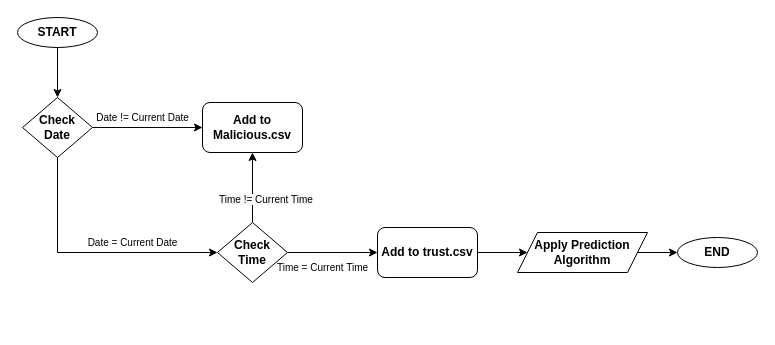
The draw.io diagram WASN_trust.drawio in sarthak100301/FlowCharts, before the edit. Source tidied: cells renumbered, new cells numbered last; positions are measured from the earlier drawing's top-left corner, leaving out a move shared by most shapes. Both pictures are drawn from the tidied source at 100%, with x=0, y=0 at pixel (17, 17).
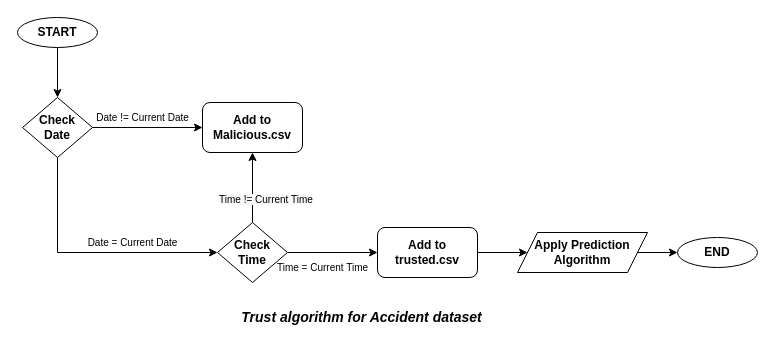
Above is the later version.

The edit, as a diff of the source:
```diff
@@
-    <mxCell id="10" value="&lt;b&gt;Add to trust.csv&lt;/b&gt;" style="rounded=1;whiteSpace=wrap;html=1;" parent="1" vertex="1">
+    <mxCell id="10" value="&lt;b&gt;Add to trusted.csv&lt;/b&gt;" style="rounded=1;whiteSpace=wrap;html=1;" parent="1" vertex="1">
       <mxGeometry x="360" y="210" width="100" height="50" as="geometry" />
     </mxCell>
@@
+    <mxCell id="20" value="&lt;b&gt;&lt;i&gt;&lt;font style=&quot;font-size: 14px&quot;&gt;Trust algorithm for Accident dataset&lt;/font&gt;&lt;/i&gt;&lt;/b&gt;" style="text;html=1;align=center;verticalAlign=middle;strokeColor=none;fillColor=none;fontSize=12;" parent="1" vertex="1">
+      <mxGeometry x="214" y="290" width="260" height="20" as="geometry" />
+    </mxCell>
```
